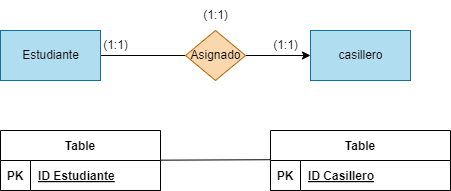
Earlier version of the draw.io export BAE/Tareas/Unidad2/Images/Ejercicio2.drawio.png (ResetMeNow/DAW). Source tidied: cells renumbered, new cells last; positions are measured from the earlier drawing's top-left corner, leaving out a move shared by most shapes. The source it was exported from:
```xml
<mxGraphModel>
  <root>
    <mxCell id="0" />
    <mxCell id="1" parent="0" />
    <mxCell id="2" value="casillero" style="html=1;dashed=0;whitespace=wrap;fillColor=#b1ddf0;strokeColor=#10739e;" parent="1" vertex="1">
      <mxGeometry x="310" y="30" width="100" height="50" as="geometry" />
    </mxCell>
    <mxCell id="3" style="edgeStyle=none;html=1;endArrow=none;endFill=0;" parent="1" edge="1" source="4" target="6">
      <mxGeometry relative="1" as="geometry" />
    </mxCell>
    <mxCell id="4" value="Estudiante" style="html=1;dashed=0;whitespace=wrap;fillColor=#b1ddf0;strokeColor=#10739e;" parent="1" vertex="1">
      <mxGeometry y="30" width="100" height="50" as="geometry" />
    </mxCell>
    <mxCell id="5" style="edgeStyle=none;html=1;endArrow=classic;endFill=1;" parent="1" edge="1" source="6" target="2">
      <mxGeometry relative="1" as="geometry" />
    </mxCell>
    <mxCell id="6" value="Asignado" style="shape=rhombus;html=1;dashed=0;whitespace=wrap;perimeter=rhombusPerimeter;fillColor=#fad7ac;strokeColor=#b46504;" parent="1" vertex="1">
      <mxGeometry x="185" y="30" width="60" height="50" as="geometry" />
    </mxCell>
    <mxCell id="7" value="(1:1)&lt;br&gt;" style="text;html=1;align=center;verticalAlign=middle;strokeColor=none;fillColor=none;" parent="1" vertex="1">
      <mxGeometry x="190" width="50" height="30" as="geometry" />
    </mxCell>
    <mxCell id="8" value="(1:1)&lt;br&gt;" style="text;html=1;align=center;verticalAlign=middle;strokeColor=none;fillColor=none;" parent="1" vertex="1">
      <mxGeometry x="260" y="30" width="50" height="30" as="geometry" />
    </mxCell>
    <mxCell id="9" value="(1:1)&lt;br&gt;" style="text;html=1;align=center;verticalAlign=middle;strokeColor=none;fillColor=none;" parent="1" vertex="1">
      <mxGeometry x="90" y="30" width="50" height="30" as="geometry" />
    </mxCell>
    <mxCell id="10" style="edgeStyle=none;html=1;entryX=0.04;entryY=-0.027;entryDx=0;entryDy=0;entryPerimeter=0;endArrow=none;endFill=0;" parent="1" edge="1" source="11" target="16">
      <mxGeometry relative="1" as="geometry" />
    </mxCell>
    <mxCell id="11" value="Table" style="shape=table;startSize=30;rowLines=0;fontStyle=1;align=center;" parent="1" vertex="1">
      <mxGeometry y="130" width="160" height="60" as="geometry" />
    </mxCell>
    <mxCell id="12" style="shape=tableRow;horizontal=0;startSize=0;swimlaneHead=0;swimlaneBody=0;fillColor=none;top=0;left=0;right=0;bottom=1;" parent="11" vertex="1">
      <mxGeometry y="30" width="160" height="30" as="geometry" />
    </mxCell>
    <mxCell id="13" value="PK" style="shape=partialRectangle;fillColor=none;top=0;left=0;bottom=0;right=0;fontStyle=1;overflow=hidden;" parent="12" vertex="1">
      <mxGeometry width="30" height="30" as="geometry" />
    </mxCell>
    <mxCell id="14" value="ID Estudiante" style="shape=partialRectangle;fillColor=none;top=0;left=0;bottom=0;right=0;align=left;spacingLeft=6;fontStyle=5;overflow=hidden;" parent="12" vertex="1">
      <mxGeometry x="30" width="130" height="30" as="geometry" />
    </mxCell>
    <mxCell id="15" value="Table" style="shape=table;startSize=30;rowLines=0;fontStyle=1;align=center;" parent="1" vertex="1">
      <mxGeometry x="270" y="130" width="180" height="60" as="geometry" />
    </mxCell>
    <mxCell id="16" style="shape=tableRow;horizontal=0;startSize=0;swimlaneHead=0;swimlaneBody=0;fillColor=none;points=[[0,0.5],[1,0.5]];portConstraint=eastwest;top=0;left=0;right=0;bottom=1;" parent="15" vertex="1">
      <mxGeometry y="30" width="180" height="30" as="geometry" />
    </mxCell>
    <mxCell id="17" value="PK" style="shape=partialRectangle;fillColor=none;top=0;left=0;bottom=0;right=0;fontStyle=1;overflow=hidden;" parent="16" vertex="1">
      <mxGeometry width="30" height="30" as="geometry" />
    </mxCell>
    <mxCell id="18" value="ID Casillero" style="shape=partialRectangle;fillColor=none;top=0;left=0;bottom=0;right=0;align=left;spacingLeft=6;fontStyle=5;overflow=hidden;" parent="16" vertex="1">
      <mxGeometry x="30" width="150" height="30" as="geometry" />
    </mxCell>
  </root>
</mxGraphModel>
```
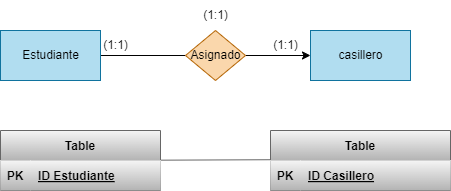
The same diagram one commit later.

Diff of the diagram source:
```diff
@@ -26,31 +26,31 @@
     <mxCell id="9" value="(1:1)&lt;br&gt;" style="text;html=1;align=center;verticalAlign=middle;strokeColor=none;fillColor=none;" parent="1" vertex="1">
       <mxGeometry x="90" y="30" width="50" height="30" as="geometry" />
     </mxCell>
-    <mxCell id="10" style="edgeStyle=none;html=1;entryX=0.04;entryY=-0.027;entryDx=0;entryDy=0;entryPerimeter=0;endArrow=none;endFill=0;" parent="1" edge="1" source="11" target="16">
+    <mxCell id="10" style="edgeStyle=none;html=1;entryX=0.04;entryY=-0.027;entryDx=0;entryDy=0;entryPerimeter=0;endArrow=none;endFill=0;fillColor=#f5f5f5;gradientColor=#b3b3b3;strokeColor=#666666;" parent="1" edge="1" source="11" target="16">
       <mxGeometry relative="1" as="geometry" />
     </mxCell>
-    <mxCell id="11" value="Table" style="shape=table;startSize=30;rowLines=0;fontStyle=1;align=center;" parent="1" vertex="1">
+    <mxCell id="11" value="Table" style="shape=table;startSize=30;rowLines=0;fontStyle=1;align=center;fillColor=#f5f5f5;gradientColor=#b3b3b3;strokeColor=#666666;" parent="1" vertex="1">
       <mxGeometry y="130" width="160" height="60" as="geometry" />
     </mxCell>
-    <mxCell id="12" style="shape=tableRow;horizontal=0;startSize=0;swimlaneHead=0;swimlaneBody=0;fillColor=none;top=0;left=0;right=0;bottom=1;" parent="11" vertex="1">
+    <mxCell id="12" style="shape=tableRow;horizontal=0;startSize=0;swimlaneHead=0;swimlaneBody=0;fillColor=#f5f5f5;top=0;left=0;right=0;bottom=1;gradientColor=#b3b3b3;strokeColor=#666666;" parent="11" vertex="1">
       <mxGeometry y="30" width="160" height="30" as="geometry" />
     </mxCell>
-    <mxCell id="13" value="PK" style="shape=partialRectangle;fillColor=none;top=0;left=0;bottom=0;right=0;fontStyle=1;overflow=hidden;" parent="12" vertex="1">
+    <mxCell id="13" value="PK" style="shape=partialRectangle;fillColor=#f5f5f5;top=0;left=0;bottom=0;right=0;fontStyle=1;overflow=hidden;gradientColor=#b3b3b3;strokeColor=#666666;" parent="12" vertex="1">
       <mxGeometry width="30" height="30" as="geometry" />
     </mxCell>
-    <mxCell id="14" value="ID Estudiante" style="shape=partialRectangle;fillColor=none;top=0;left=0;bottom=0;right=0;align=left;spacingLeft=6;fontStyle=5;overflow=hidden;" parent="12" vertex="1">
+    <mxCell id="14" value="ID Estudiante" style="shape=partialRectangle;fillColor=#f5f5f5;top=0;left=0;bottom=0;right=0;align=left;spacingLeft=6;fontStyle=5;overflow=hidden;gradientColor=#b3b3b3;strokeColor=#666666;" parent="12" vertex="1">
       <mxGeometry x="30" width="130" height="30" as="geometry" />
     </mxCell>
-    <mxCell id="15" value="Table" style="shape=table;startSize=30;rowLines=0;fontStyle=1;align=center;" parent="1" vertex="1">
+    <mxCell id="15" value="Table" style="shape=table;startSize=30;rowLines=0;fontStyle=1;align=center;fillColor=#f5f5f5;gradientColor=#b3b3b3;strokeColor=#666666;" parent="1" vertex="1">
       <mxGeometry x="270" y="130" width="180" height="60" as="geometry" />
     </mxCell>
-    <mxCell id="16" style="shape=tableRow;horizontal=0;startSize=0;swimlaneHead=0;swimlaneBody=0;fillColor=none;points=[[0,0.5],[1,0.5]];portConstraint=eastwest;top=0;left=0;right=0;bottom=1;" parent="15" vertex="1">
+    <mxCell id="16" style="shape=tableRow;horizontal=0;startSize=0;swimlaneHead=0;swimlaneBody=0;fillColor=#f5f5f5;points=[[0,0.5],[1,0.5]];portConstraint=eastwest;top=0;left=0;right=0;bottom=1;gradientColor=#b3b3b3;strokeColor=#666666;" parent="15" vertex="1">
       <mxGeometry y="30" width="180" height="30" as="geometry" />
     </mxCell>
-    <mxCell id="17" value="PK" style="shape=partialRectangle;fillColor=none;top=0;left=0;bottom=0;right=0;fontStyle=1;overflow=hidden;" parent="16" vertex="1">
+    <mxCell id="17" value="PK" style="shape=partialRectangle;fillColor=#f5f5f5;top=0;left=0;bottom=0;right=0;fontStyle=1;overflow=hidden;gradientColor=#b3b3b3;strokeColor=#666666;" parent="16" vertex="1">
       <mxGeometry width="30" height="30" as="geometry" />
     </mxCell>
-    <mxCell id="18" value="ID Casillero" style="shape=partialRectangle;fillColor=none;top=0;left=0;bottom=0;right=0;align=left;spacingLeft=6;fontStyle=5;overflow=hidden;" parent="16" vertex="1">
+    <mxCell id="18" value="ID Casillero" style="shape=partialRectangle;fillColor=#f5f5f5;top=0;left=0;bottom=0;right=0;align=left;spacingLeft=6;fontStyle=5;overflow=hidden;gradientColor=#b3b3b3;strokeColor=#666666;" parent="16" vertex="1">
       <mxGeometry x="30" width="150" height="30" as="geometry" />
     </mxCell>
   </root>
```
